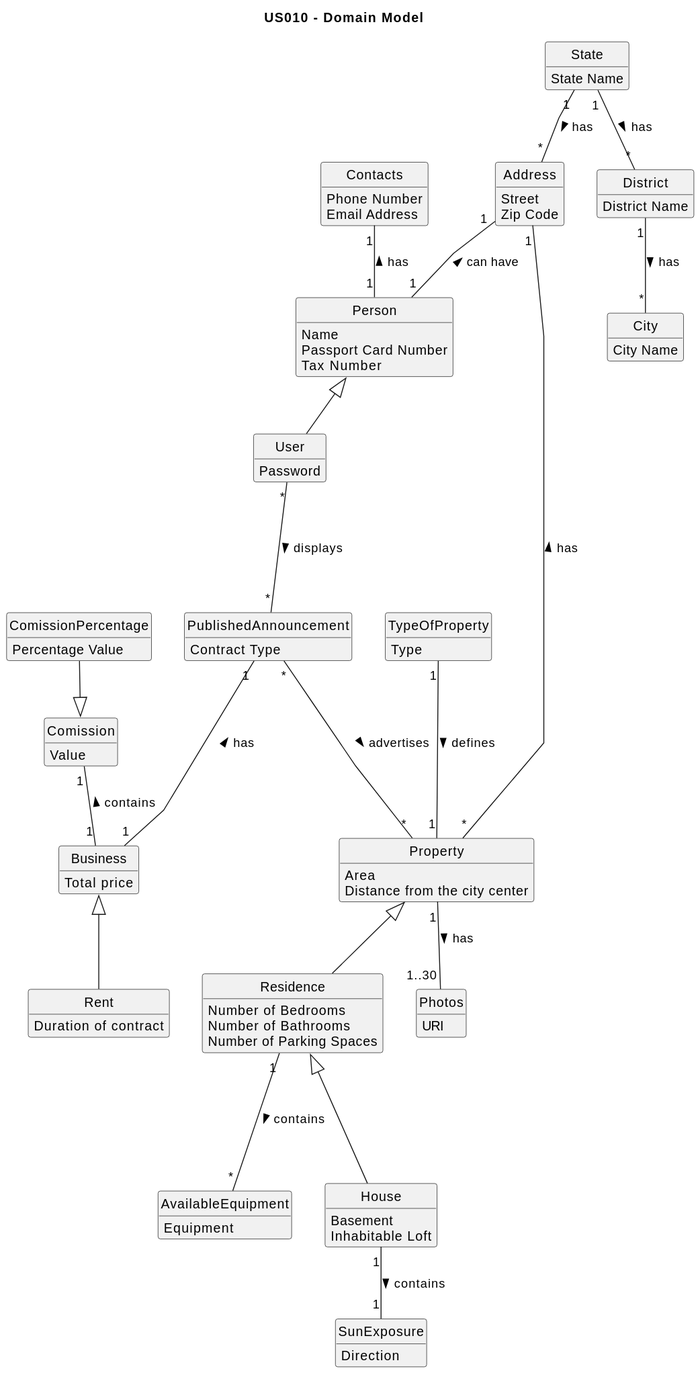
Before: docs/sprintC/US10/02.analysis/svg/us010-domain-model.svg, a diagram exported from PlantUML (PureNimble/ISEP-LAPR2).
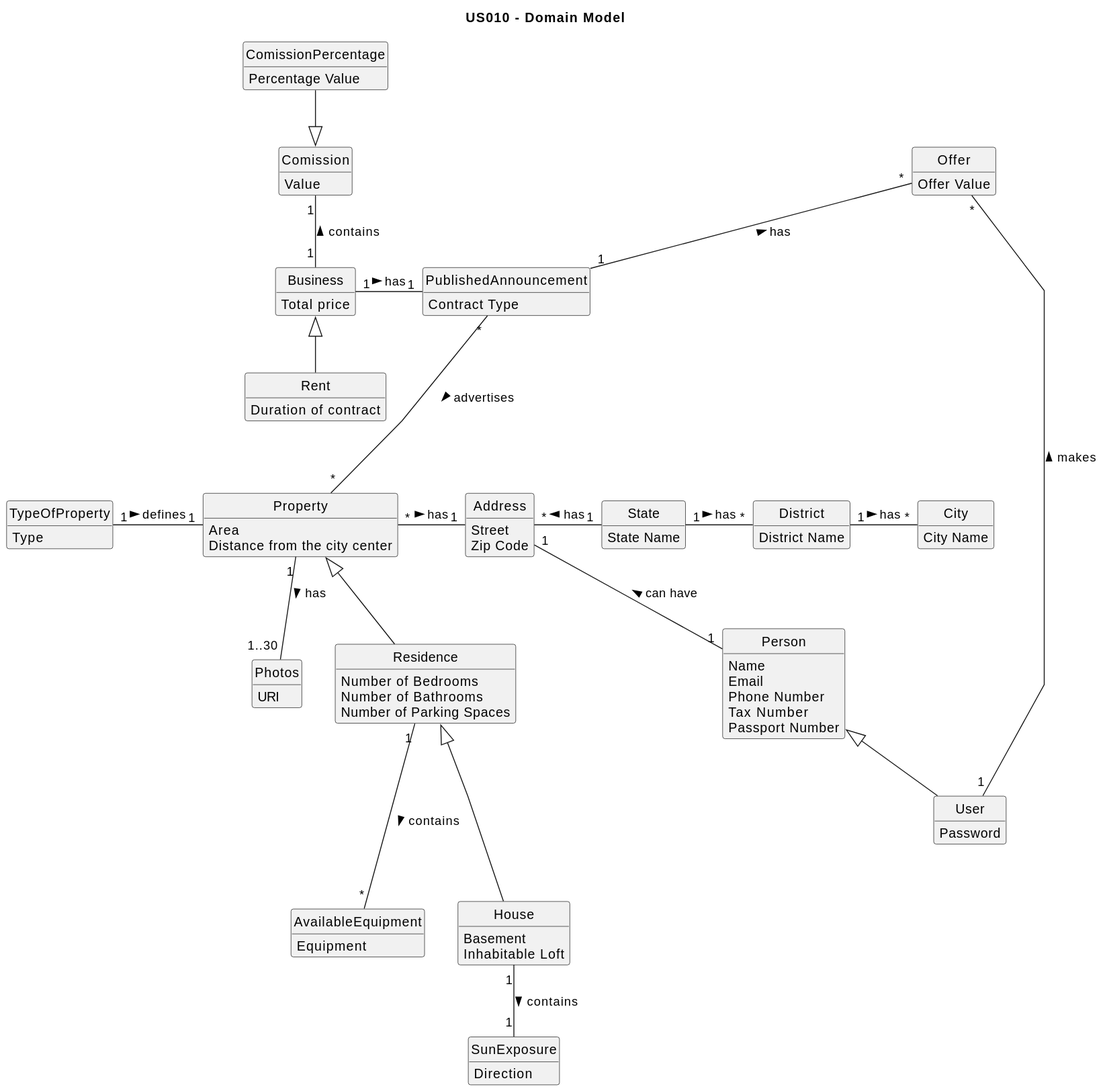
After the commit.

Change to the diagram source:
```diff
@@ -3,9 +3,13 @@
 
 skinparam groupInheritance 2
 skinparam monochrome true
+skinparam packageStyle rectangle
+skinparam shadowing false
+skinparam classAttributeIconSize 0
 skinparam linetype polyline
+hide circle
 hide methods
-hide circle
+
 
 class Address {
 Street
@@ -34,11 +38,6 @@
 Percentage Value
 }
 
-class Contacts {
-Phone Number
-Email Address
-}
-
 
 class District {
 District Name
@@ -52,8 +51,10 @@
 
 class Person {
 Name
-Passport Card Number
+Email
+Phone Number
 Tax Number
+Passport Number
 }
 
 class Photos {
@@ -99,32 +100,37 @@
 Password
 }
 
+class Offer {
+Offer Value
+}
+
 Address "1" -- "1" Person : can have <
 
 Business <|-- Rent
 
 Comission "1" -- "1" Business : contains <
 ComissionPercentage  --|> Comission
-Contacts "1" -- "1" Person : has <
 
-District "1" -- "*" City : has >
+District "1" -right- "*" City : has >
 
 House "1" -- "1" SunExposure : contains >
 
+Offer "*" -down- "1" PublishedAnnouncement : has <
+
 Person <|-- User
 Property <|-- Residence
-Property "*" -- "1" Address : has >
-PublishedAnnouncement "1" --- "1" Business : has <
+Property "*" -right- "1" Address : has >
 Property "1" -- "1..30" Photos : has >
+PublishedAnnouncement "1" -left- "1" Business : has <
 PublishedAnnouncement "*" --- "*" Property: advertises >
 
 Residence "1" --- "*" AvailableEquipment : contains >
 Residence <|--- House
 
-State "1" -- "*" District : has >
-State "1" -- "*" Address : has >
+State "1" -right- "*" District : has >
+State "1" -left- "*" Address : has >
 
-TypeOfProperty "1" --- "1" Property : defines >
+TypeOfProperty "1" -right- "1" Property : defines >
 
-User "*" --- "*" PublishedAnnouncement: displays >
+User "1" -left- "*" Offer : makes >
 @enduml
```
